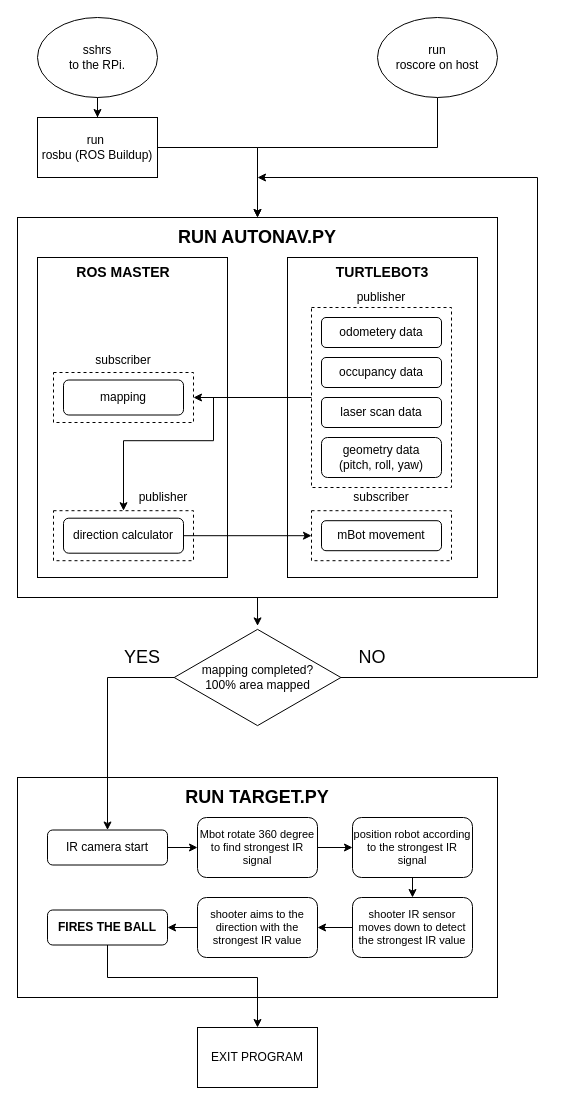
Above: Untitled Diagram.drawio in domaxi/auto_nav (draw.io), before the change. Source tidied: cells renumbered, new cells numbered last; positions are measured from the earlier drawing's top-left corner, leaving out a move shared by most shapes. Both pictures are drawn from the tidied source at 100%, with x=0, y=0 at pixel (17, 17).
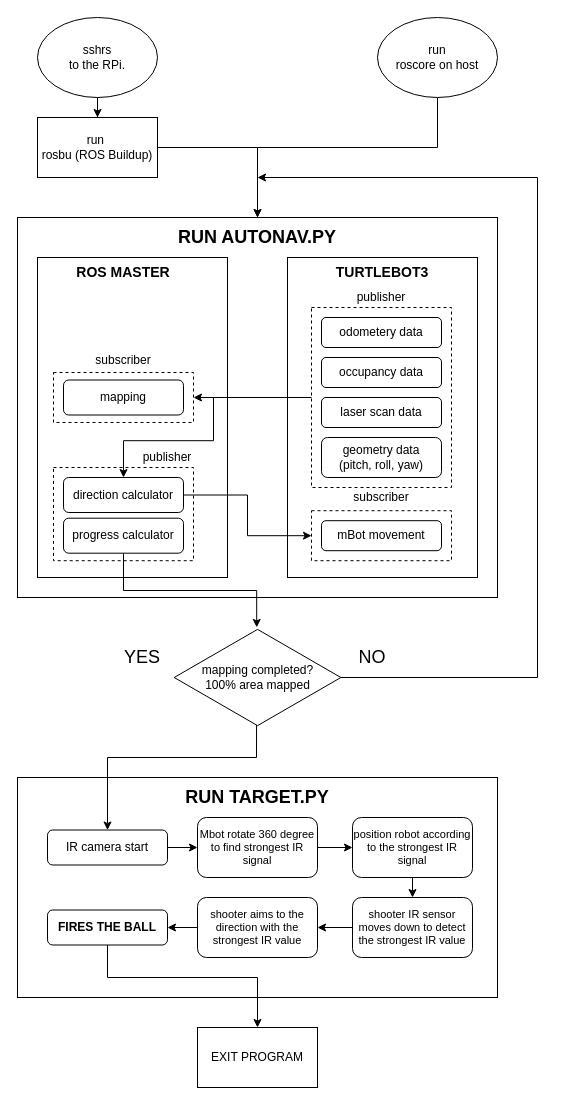
The same page after the edit.

Commit message:
update the arrow for progress

The change refers to these unchanged cells:
```xml
<mxCell id="2" style="rounded=0;whiteSpace=wrap;html=1;fillColor=none;" parent="1" vertex="1">
  <mxGeometry y="200" width="480" height="380" as="geometry" />
</mxCell>
<mxCell id="23" value="mapping completed?&lt;br&gt;100% area mapped" style="html=1;whiteSpace=wrap;shape=isoRectangle;fillColor=#ffffff;" parent="1" vertex="1">
  <mxGeometry x="156.7" y="610" width="166.7" height="100" as="geometry" />
</mxCell>
<mxCell id="43" value="IR camera start" style="rounded=1;whiteSpace=wrap;html=1;" parent="1" vertex="1">
  <mxGeometry x="30" y="812.5" width="120" height="35" as="geometry" />
</mxCell>
```

Change to the diagram source:
```diff
@@
+    <mxCell id="5" style="rounded=0;whiteSpace=wrap;html=1;fillColor=none;" parent="1" vertex="1">
+      <mxGeometry x="20" y="240" width="190" height="320" as="geometry" />
+    </mxCell>
@@
     <mxCell id="3" style="rounded=0;whiteSpace=wrap;html=1;fillColor=none;dashed=1;" parent="1" vertex="1">
-      <mxGeometry x="36" y="493.2" width="140" height="50" as="geometry" />
+      <mxGeometry x="36" y="450" width="140" height="93.2" as="geometry" />
     </mxCell>
@@
-    <mxCell id="5" style="rounded=0;whiteSpace=wrap;html=1;fillColor=none;" parent="1" vertex="1">
-      <mxGeometry x="20" y="240" width="190" height="320" as="geometry" />
-    </mxCell>
@@
-    <mxCell id="7" style="edgeStyle=orthogonalEdgeStyle;rounded=0;jettySize=auto;html=1;exitX=0;exitY=0.5;exitDx=0;exitDy=0;entryX=0.5;entryY=0;entryDx=0;entryDy=0;" parent="1" edge="1" target="3">
+    <mxCell id="7" style="edgeStyle=orthogonalEdgeStyle;rounded=0;orthogonalLoop=1;jettySize=auto;html=1;exitX=0;exitY=0.5;exitDx=0;exitDy=0;" parent="1" edge="1">
       <mxGeometry relative="1" as="geometry">
         <mxPoint x="246" y="380" as="sourcePoint" />
+        <mxPoint x="106" y="460" as="targetPoint" />
         <Array as="points">
           <mxPoint x="196" y="380.2" />
           <mxPoint x="196" y="423.2" />
           <mxPoint x="106" y="423.2" />
         </Array>
       </mxGeometry>
     </mxCell>
@@
-    <mxCell id="9" style="edgeStyle=orthogonalEdgeStyle;rounded=0;jettySize=auto;html=1;exitX=0.5;exitY=1;exitDx=0;exitDy=0;entryX=0.5;entryY=-0.016;entryDx=0;entryDy=0;entryPerimeter=0;fontSize=18;" parent="1" edge="1" source="2" target="23">
-      <mxGeometry relative="1" as="geometry" />
-    </mxCell>
@@
-    <mxCell id="22" style="edgeStyle=orthogonalEdgeStyle;rounded=0;jettySize=auto;html=1;fontSize=18;entryX=0.5;entryY=0;entryDx=0;entryDy=0;" parent="1" edge="1" source="23" target="43">
-      <mxGeometry relative="1" as="geometry" />
+    <mxCell id="22" style="edgeStyle=orthogonalEdgeStyle;rounded=0;jettySize=auto;html=1;fontSize=18;entryX=0.5;entryY=0;entryDx=0;entryDy=0;exitX=0.494;exitY=0.97;exitDx=0;exitDy=0;exitPerimeter=0;" parent="1" edge="1" source="23" target="43">
+      <mxGeometry relative="1" as="geometry">
+        <Array as="points">
+          <mxPoint x="239" y="740" />
+          <mxPoint x="90" y="740" />
+        </Array>
+      </mxGeometry>
     </mxCell>
@@
     <mxCell id="25" value="direction calculator" style="rounded=1;whiteSpace=wrap;html=1;" parent="1" vertex="1">
-      <mxGeometry x="46" y="500.7" width="120" height="35" as="geometry" />
+      <mxGeometry x="46" y="460" width="120" height="35" as="geometry" />
     </mxCell>
@@
     <mxCell id="33" value="publisher" style="text;html=1;strokeColor=none;fillColor=none;align=center;verticalAlign=middle;whiteSpace=wrap;rounded=0;" parent="1" vertex="1">
-      <mxGeometry x="86" y="470" width="120" height="20" as="geometry" />
+      <mxGeometry x="90" y="430" width="120" height="20" as="geometry" />
     </mxCell>
@@
+    <mxCell id="54" style="edgeStyle=orthogonalEdgeStyle;rounded=0;jettySize=auto;html=1;exitX=0.5;exitY=1;exitDx=0;exitDy=0;entryX=0.495;entryY=-0.001;entryDx=0;entryDy=0;entryPerimeter=0;" parent="1" edge="1" source="55" target="23">
+      <mxGeometry relative="1" as="geometry">
+        <Array as="points">
+          <mxPoint x="106" y="573" />
+          <mxPoint x="239" y="573" />
+        </Array>
+      </mxGeometry>
+    </mxCell>
+    <mxCell id="55" value="progress calculator" style="rounded=1;whiteSpace=wrap;html=1;" parent="1" vertex="1">
+      <mxGeometry x="46" y="500.7" width="120" height="35" as="geometry" />
+    </mxCell>
```
